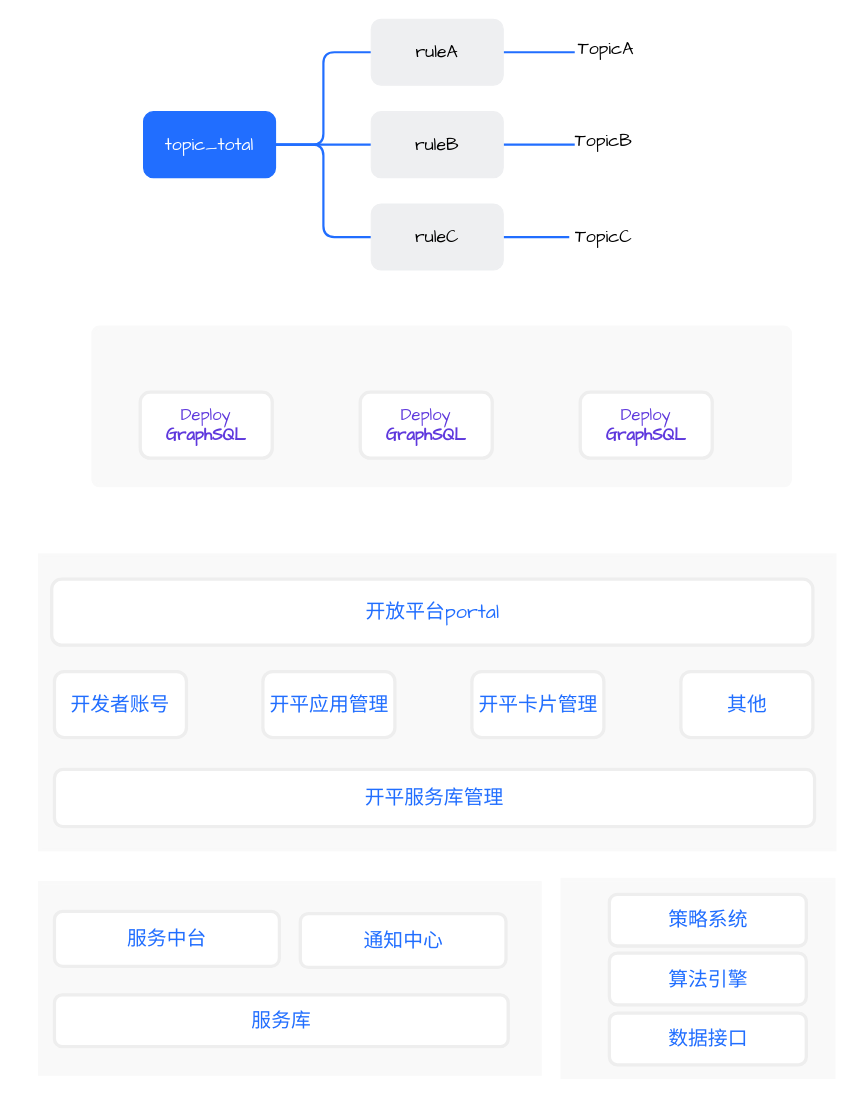
The draw.io diagram trigger_action.drawio in 2pc/mydrawio, before the edit. Source tidied: cells renumbered, new cells numbered last; positions are measured from the earlier drawing's top-left corner, leaving out a move shared by most shapes. Both pictures are drawn from the tidied source at 110%, with x=0, y=0 at pixel (38, 19).
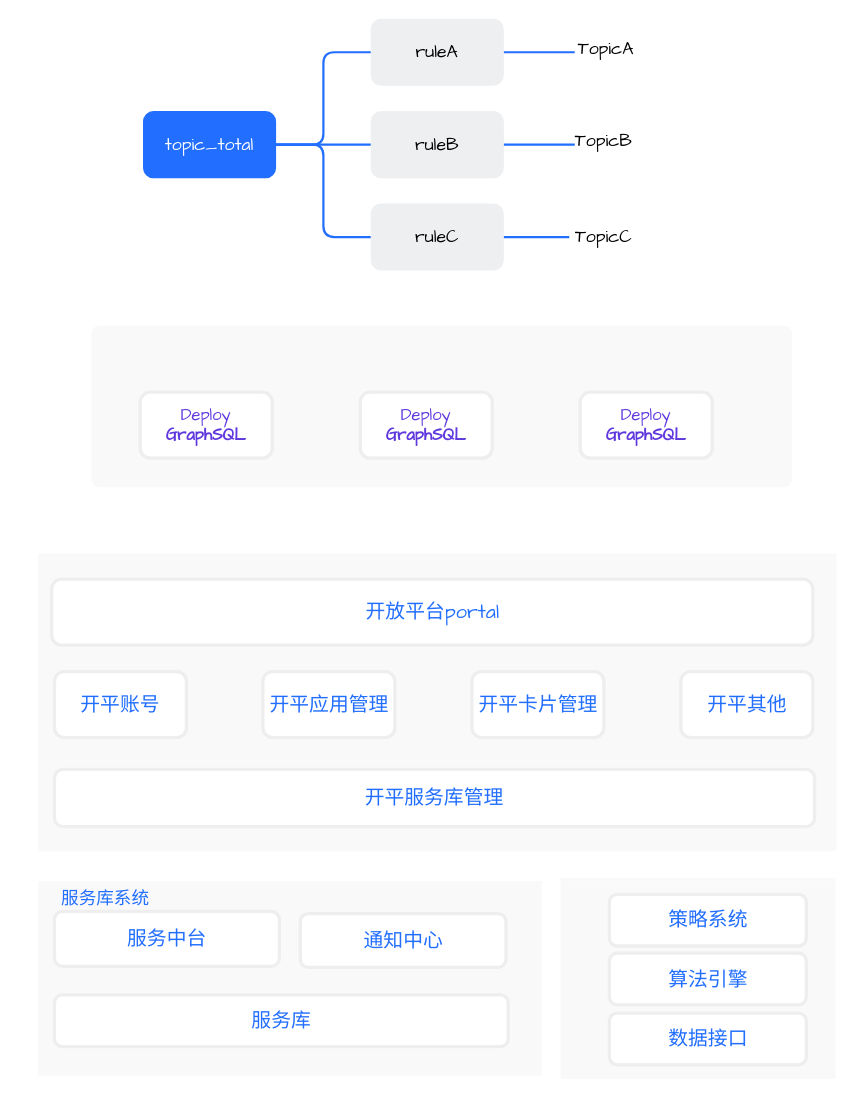
The same diagram, later.

Diff of the diagram source:
```diff
@@
-    <mxCell id="28" value="开发者账号" style="rounded=1;whiteSpace=wrap;html=1;shadow=0;glass=0;sketch=0;fontFamily=Comic Sans MS;fontSize=18;fontColor=#216EFF;strokeColor=#EEEEEE;strokeWidth=3;fillColor=#FFFFFF;fontStyle=0;align=center;" parent="1" vertex="1">
+    <mxCell id="28" value="开平账号" style="rounded=1;whiteSpace=wrap;html=1;shadow=0;glass=0;sketch=0;fontFamily=Comic Sans MS;fontSize=18;fontColor=#216EFF;strokeColor=#EEEEEE;strokeWidth=3;fillColor=#FFFFFF;fontStyle=0;align=center;" parent="1" vertex="1">
       <mxGeometry x="14" y="593" width="120" height="60" as="geometry" />
     </mxCell>
-    <mxCell id="29" value="其他" style="rounded=1;whiteSpace=wrap;html=1;shadow=0;glass=0;sketch=0;fontFamily=Comic Sans MS;fontSize=18;fontColor=#216EFF;strokeColor=#EEEEEE;strokeWidth=3;fillColor=#FFFFFF;fontStyle=0;align=center;" parent="1" vertex="1">
+    <mxCell id="29" value="开平其他" style="rounded=1;whiteSpace=wrap;html=1;shadow=0;glass=0;sketch=0;fontFamily=Comic Sans MS;fontSize=18;fontColor=#216EFF;strokeColor=#EEEEEE;strokeWidth=3;fillColor=#FFFFFF;fontStyle=0;align=center;" parent="1" vertex="1">
       <mxGeometry x="583.5" y="593" width="120" height="60" as="geometry" />
     </mxCell>
@@
+    <mxCell id="34" value="服务库系统" style="text;html=1;strokeColor=none;fillColor=none;align=center;verticalAlign=middle;whiteSpace=wrap;rounded=0;fontColor=#216EFF;fontSize=16;" parent="1" vertex="1">
+      <mxGeometry x="-18" y="785" width="157" height="28" as="geometry" />
+    </mxCell>
```
